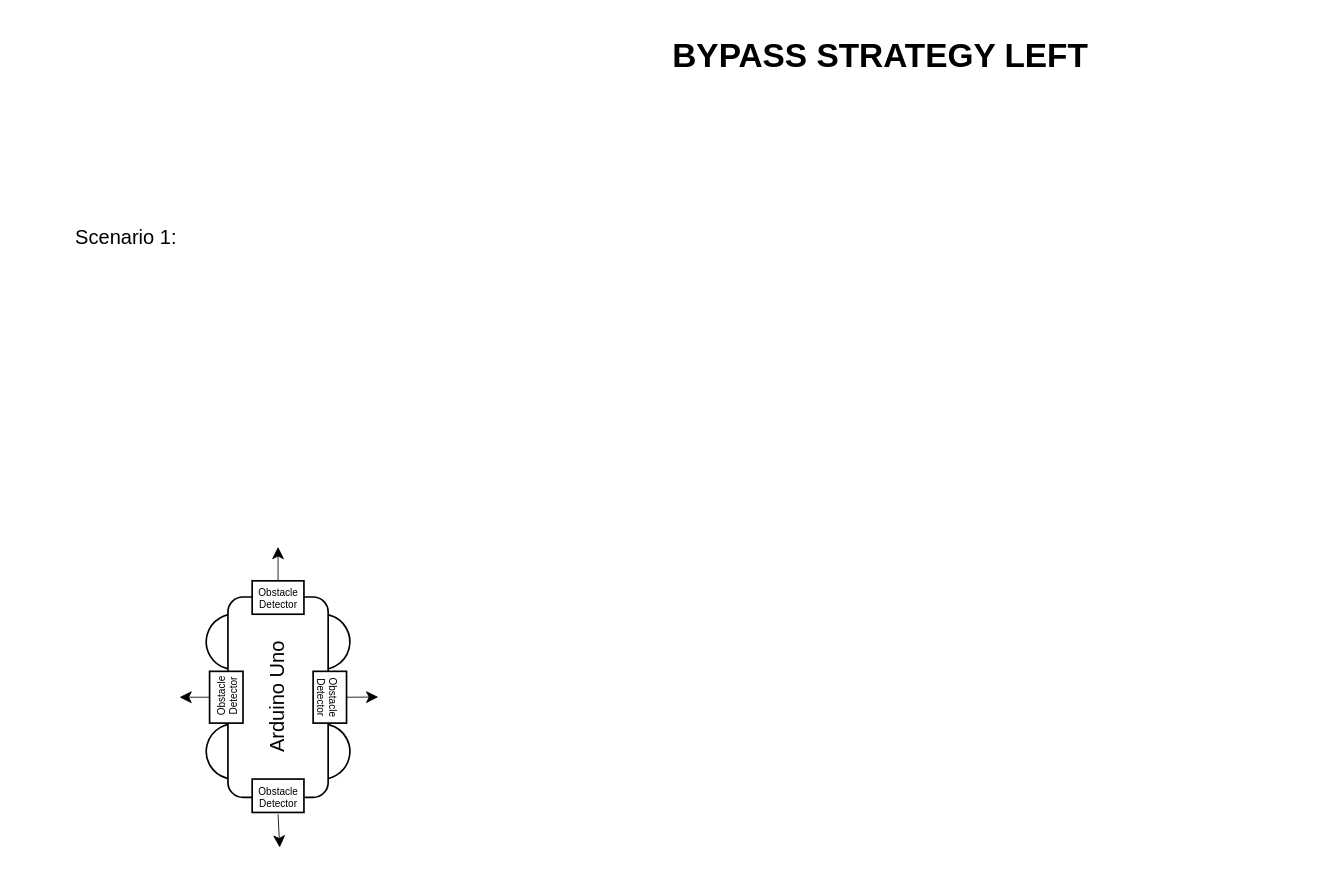
Before: Projekte/Arduino-mit-Fernbedienung-steuern_Hinterniserkennung/bypass-strategy.drawio in niclasheinz/aur, a draw.io diagram. Source tidied: cells renumbered, new cells numbered last; positions are measured from the earlier drawing's top-left corner, leaving out a move shared by most shapes. Both pictures are drawn from the tidied source at 167%, with x=0, y=0 at pixel (28, 28).
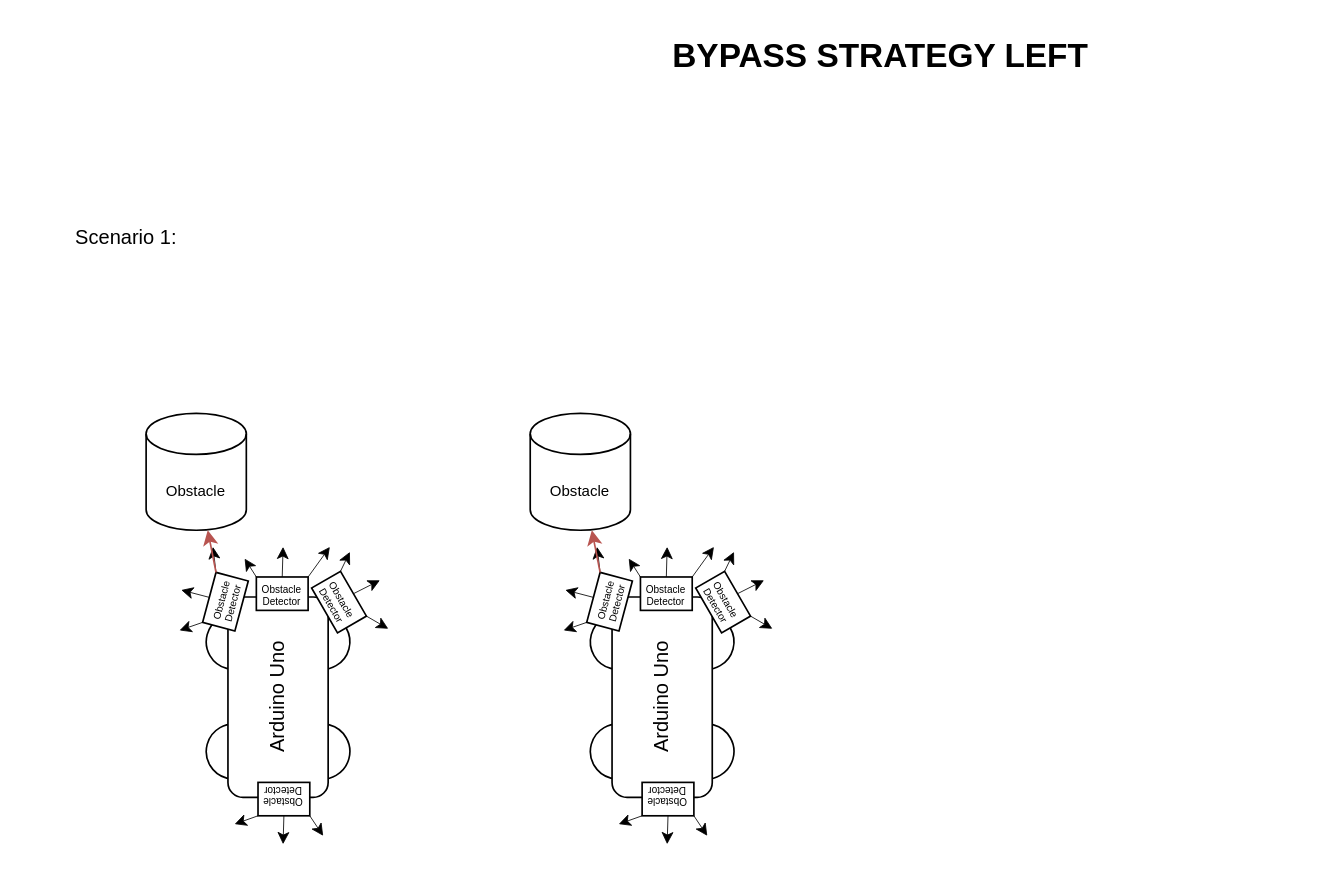
The same diagram, later.

Commit message (it also covers changes not shown here):
Updated bypass strategy left

Diff of the diagram source:
```diff
@@
-    <mxCell id="4" style="group;" parent="1" vertex="1">
-      <mxGeometry x="90" y="310" width="119" height="180" as="geometry" />
-    </mxCell>
-    <mxCell id="5" style="group;" parent="4" vertex="1">
-      <mxGeometry x="10" y="30" width="109" height="129" as="geometry" />
-    </mxCell>
+    <mxCell id="19" value="&lt;font style=&quot;font-size: 9px;&quot;&gt;Obstacle&lt;/font&gt;" style="shape=cylinder3;whiteSpace=wrap;html=1;boundedLbl=1;backgroundOutline=1;size=12.304347826087024;" parent="1" vertex="1">
+      <mxGeometry x="70" y="230" width="60" height="70" as="geometry" />
+    </mxCell>
-    <mxCell id="6" style="ellipse;whiteSpace=wrap;html=1;rotation=-30;" parent="5" vertex="1">
-      <mxGeometry x="6" y="76" width="33" height="33" as="geometry" />
+    <mxCell id="6" style="ellipse;whiteSpace=wrap;html=1;rotation=-30;" parent="1" vertex="1">
+      <mxGeometry x="106" y="416" width="33" height="33" as="geometry" />
     </mxCell>
-    <mxCell id="7" style="ellipse;whiteSpace=wrap;html=1;rotation=-30;" parent="5" vertex="1">
-      <mxGeometry x="59" y="76" width="33" height="33" as="geometry" />
+    <mxCell id="7" style="ellipse;whiteSpace=wrap;html=1;rotation=-30;" parent="1" vertex="1">
+      <mxGeometry x="159" y="416" width="33" height="33" as="geometry" />
     </mxCell>
-    <mxCell id="8" style="ellipse;whiteSpace=wrap;html=1;rotation=-30;" parent="5" vertex="1">
-      <mxGeometry x="59" y="10.3" width="33" height="33" as="geometry" />
+    <mxCell id="8" style="ellipse;whiteSpace=wrap;html=1;rotation=-30;" parent="1" vertex="1">
+      <mxGeometry x="159" y="350.3" width="33" height="33" as="geometry" />
     </mxCell>
-    <mxCell id="9" style="ellipse;whiteSpace=wrap;html=1;rotation=-30;" parent="5" vertex="1">
-      <mxGeometry x="6" y="10.3" width="33" height="33" as="geometry" />
+    <mxCell id="9" style="ellipse;whiteSpace=wrap;html=1;rotation=-30;" parent="1" vertex="1">
+      <mxGeometry x="106" y="350.3" width="33" height="33" as="geometry" />
     </mxCell>
-    <mxCell id="10" value="Arduino Uno" style="rounded=1;whiteSpace=wrap;html=1;rotation=-90;" parent="5" vertex="1">
-      <mxGeometry x="-11" y="30" width="120" height="60" as="geometry" />
+    <mxCell id="10" value="Arduino Uno" style="rounded=1;whiteSpace=wrap;html=1;rotation=-90;" parent="1" vertex="1">
+      <mxGeometry x="89" y="370" width="120" height="60" as="geometry" />
     </mxCell>
-    <mxCell id="11" value="&lt;p style=&quot;line-height: 40%;&quot;&gt;&lt;font style=&quot;font-size: 6px;&quot;&gt;Obstacle Detector&lt;/font&gt;&lt;/p&gt;" style="rounded=0;whiteSpace=wrap;html=1;" parent="5" vertex="1">
-      <mxGeometry x="33.5" y="-9.7" width="31" height="20" as="geometry" />
-    </mxCell>
-    <mxCell id="12" value="&lt;p style=&quot;line-height: 40%;&quot;&gt;&lt;font style=&quot;font-size: 6px;&quot;&gt;Obstacle Detector&lt;/font&gt;&lt;/p&gt;" style="rounded=0;whiteSpace=wrap;html=1;rotation=90;" parent="5" vertex="1">
-      <mxGeometry x="64.5" y="50" width="31" height="20" as="geometry" />
-    </mxCell>
+    <mxCell id="20" style="group;" parent="1" vertex="1">
+      <mxGeometry x="86.6" y="320.4" width="44.8" height="39.8" as="geometry" />
+    </mxCell>
+    <mxCell id="21" style="group;rotation=15;" parent="20" vertex="1">
+      <mxGeometry x="3.4" y="4.4" width="38" height="31" as="geometry" />
+    </mxCell>
+    <mxCell id="17" style="endArrow=classic;html=1;rounded=0;strokeWidth=0.5;exitX=0.5;exitY=0;exitDx=0;exitDy=0;" parent="21" edge="1" source="13">
+      <mxGeometry relative="1" as="geometry">
+        <mxPoint x="1" y="11" as="targetPoint" />
+      </mxGeometry>
+    </mxCell>
-    <mxCell id="13" value="&lt;p style=&quot;line-height: 40%;&quot;&gt;&lt;font style=&quot;font-size: 6px;&quot;&gt;Obstacle Detector&lt;/font&gt;&lt;/p&gt;" style="rounded=0;whiteSpace=wrap;html=1;rotation=-90;" parent="5" vertex="1">
-      <mxGeometry x="2.5" y="50" width="31" height="20" as="geometry" />
+    <mxCell id="13" value="&lt;p style=&quot;line-height: 40%;&quot;&gt;&lt;font style=&quot;font-size: 6px;&quot;&gt;Obstacle Detector&lt;/font&gt;&lt;/p&gt;" style="rounded=0;whiteSpace=wrap;html=1;rotation=-75;" parent="21" vertex="1">
+      <mxGeometry x="12" y="8" width="31" height="20" as="geometry" />
     </mxCell>
-    <mxCell id="14" value="&lt;p style=&quot;line-height: 40%;&quot;&gt;&lt;font style=&quot;font-size: 6px;&quot;&gt;Obstacle Detector&lt;/font&gt;&lt;/p&gt;" style="rounded=0;whiteSpace=wrap;html=1;" parent="5" vertex="1">
-      <mxGeometry x="33.5" y="109" width="31" height="20" as="geometry" />
-    </mxCell>
-    <mxCell id="15" style="endArrow=classic;html=1;rounded=0;strokeWidth=0.5;" parent="5" edge="1">
-      <mxGeometry relative="1" as="geometry">
-        <mxPoint x="90" y="60" as="sourcePoint" />
-        <mxPoint x="109" y="59.9" as="targetPoint" />
-      </mxGeometry>
-    </mxCell>
-    <mxCell id="16" style="endArrow=classic;html=1;rounded=0;strokeWidth=0.5;exitX=0.5;exitY=0;exitDx=0;exitDy=0;" parent="4" edge="1" source="11">
-      <mxGeometry relative="1" as="geometry">
-        <mxPoint x="59" as="targetPoint" />
-      </mxGeometry>
-    </mxCell>
-    <mxCell id="17" style="endArrow=classic;html=1;rounded=0;strokeWidth=0.5;exitX=0.5;exitY=0;exitDx=0;exitDy=0;" parent="4" edge="1" source="13">
-      <mxGeometry relative="1" as="geometry">
-        <mxPoint y="90" as="targetPoint" />
-      </mxGeometry>
-    </mxCell>
-    <mxCell id="18" style="endArrow=classic;html=1;rounded=0;strokeWidth=0.5;" parent="4" edge="1">
-      <mxGeometry relative="1" as="geometry">
-        <mxPoint x="59" y="160" as="sourcePoint" />
-        <mxPoint x="60" y="180" as="targetPoint" />
-      </mxGeometry>
-    </mxCell>
+    <mxCell id="22" style="endArrow=classic;html=1;rounded=0;strokeWidth=0.5;exitX=1;exitY=0;exitDx=0;exitDy=0;" parent="21" edge="1" source="13">
+      <mxGeometry relative="1" as="geometry">
+        <mxPoint x="20" y="-14.8" as="targetPoint" />
+      </mxGeometry>
+    </mxCell>
+    <mxCell id="23" style="endArrow=classic;html=1;rounded=0;strokeWidth=0.5;exitX=0;exitY=0;exitDx=0;exitDy=0;" parent="20" edge="1" source="13">
+      <mxGeometry relative="1" as="geometry">
+        <mxPoint x="3.4" y="39.6" as="targetPoint" />
+      </mxGeometry>
+    </mxCell>
+    <mxCell id="24" style="group;rotation=75;" parent="1" vertex="1">
+      <mxGeometry x="130" y="310" width="44.8" height="39.8" as="geometry" />
+    </mxCell>
+    <mxCell id="25" style="group;rotation=90;" parent="24" vertex="1">
+      <mxGeometry x="3" y="4" width="38" height="31" as="geometry" />
+    </mxCell>
+    <mxCell id="26" style="endArrow=classic;html=1;rounded=0;strokeWidth=0.5;exitX=0.5;exitY=0;exitDx=0;exitDy=0;" parent="25" edge="1" source="27">
+      <mxGeometry relative="1" as="geometry">
+        <mxPoint x="19" y="-4" as="targetPoint" />
+      </mxGeometry>
+    </mxCell>
+    <mxCell id="27" value="&lt;p style=&quot;line-height: 40%;&quot;&gt;&lt;font style=&quot;font-size: 6px;&quot;&gt;Obstacle Detector&lt;/font&gt;&lt;/p&gt;" style="rounded=0;whiteSpace=wrap;html=1;rotation=0;" parent="25" vertex="1">
+      <mxGeometry x="3" y="14" width="31" height="20" as="geometry" />
+    </mxCell>
+    <mxCell id="28" style="endArrow=classic;html=1;rounded=0;strokeWidth=0.5;exitX=1;exitY=0;exitDx=0;exitDy=0;" parent="25" edge="1" source="27">
+      <mxGeometry relative="1" as="geometry">
+        <mxPoint x="47" y="-4" as="targetPoint" />
+      </mxGeometry>
+    </mxCell>
+    <mxCell id="29" style="endArrow=classic;html=1;rounded=0;strokeWidth=0.5;exitX=0;exitY=0;exitDx=0;exitDy=0;" parent="24" edge="1" source="27">
+      <mxGeometry relative="1" as="geometry">
+        <mxPoint x="-1" y="7" as="targetPoint" />
+      </mxGeometry>
+    </mxCell>
+    <mxCell id="30" style="group;rotation=-225;" parent="1" vertex="1">
+      <mxGeometry x="170" y="320" width="44.8" height="39.8" as="geometry" />
+    </mxCell>
+    <mxCell id="31" style="group;rotation=-210;" parent="30" vertex="1">
+      <mxGeometry x="4" y="4" width="38" height="31" as="geometry" />
+    </mxCell>
+    <mxCell id="32" style="endArrow=classic;html=1;rounded=0;strokeWidth=0.5;exitX=0.5;exitY=0;exitDx=0;exitDy=0;" parent="31" edge="1" source="33">
+      <mxGeometry relative="1" as="geometry">
+        <mxPoint x="36" y="6" as="targetPoint" />
+      </mxGeometry>
+    </mxCell>
+    <mxCell id="33" value="&lt;p style=&quot;line-height: 40%;&quot;&gt;&lt;font style=&quot;font-size: 6px;&quot;&gt;Obstacle Detector&lt;/font&gt;&lt;/p&gt;" style="rounded=0;whiteSpace=wrap;html=1;rotation=-300;" parent="31" vertex="1">
+      <mxGeometry x="-4" y="9" width="31" height="20" as="geometry" />
+    </mxCell>
+    <mxCell id="34" style="endArrow=classic;html=1;rounded=0;strokeWidth=0.5;exitX=1;exitY=0;exitDx=0;exitDy=0;" parent="31" edge="1" source="33">
+      <mxGeometry relative="1" as="geometry">
+        <mxPoint x="41" y="35" as="targetPoint" />
+      </mxGeometry>
+    </mxCell>
+    <mxCell id="35" style="endArrow=classic;html=1;rounded=0;strokeWidth=0.5;exitX=0;exitY=0;exitDx=0;exitDy=0;" parent="30" edge="1" source="33">
+      <mxGeometry relative="1" as="geometry">
+        <mxPoint x="22" y="-7" as="targetPoint" />
+      </mxGeometry>
+    </mxCell>
+    <mxCell id="36" style="group;rotation=-105;" parent="1" vertex="1">
+      <mxGeometry x="130" y="450" width="44.8" height="39.8" as="geometry" />
+    </mxCell>
+    <mxCell id="37" style="group;rotation=-90;" parent="36" vertex="1">
+      <mxGeometry x="3" y="4" width="38" height="31" as="geometry" />
+    </mxCell>
+    <mxCell id="38" style="endArrow=classic;html=1;rounded=0;strokeWidth=0.5;exitX=0.5;exitY=0;exitDx=0;exitDy=0;" parent="37" edge="1" source="39">
+      <mxGeometry relative="1" as="geometry">
+        <mxPoint x="19" y="34" as="targetPoint" />
+      </mxGeometry>
+    </mxCell>
+    <mxCell id="39" value="&lt;p style=&quot;line-height: 40%;&quot;&gt;&lt;font style=&quot;font-size: 6px;&quot;&gt;Obstacle Detector&lt;/font&gt;&lt;/p&gt;" style="rounded=0;whiteSpace=wrap;html=1;rotation=-180;" parent="37" vertex="1">
+      <mxGeometry x="4" y="-3" width="31" height="20" as="geometry" />
+    </mxCell>
+    <mxCell id="40" style="endArrow=classic;html=1;rounded=0;strokeWidth=0.5;exitX=1;exitY=0;exitDx=0;exitDy=0;" parent="37" edge="1" source="39">
+      <mxGeometry relative="1" as="geometry">
+        <mxPoint x="-10" y="22" as="targetPoint" />
+      </mxGeometry>
+    </mxCell>
+    <mxCell id="41" style="endArrow=classic;html=1;rounded=0;strokeWidth=0.5;exitX=0;exitY=0;exitDx=0;exitDy=0;" parent="36" edge="1" source="39">
+      <mxGeometry relative="1" as="geometry">
+        <mxPoint x="46" y="33" as="targetPoint" />
+      </mxGeometry>
+    </mxCell>
+    <mxCell id="42" style="endArrow=classic;html=1;rounded=0;fillColor=#f8cecc;strokeColor=#b85450;exitX=1;exitY=0;exitDx=0;exitDy=0;" parent="1" edge="1" source="13" target="19">
+      <mxGeometry relative="1" as="geometry" />
+    </mxCell>
+    <mxCell id="43" value="&lt;font style=&quot;font-size: 9px;&quot;&gt;Obstacle&lt;/font&gt;" style="shape=cylinder3;whiteSpace=wrap;html=1;boundedLbl=1;backgroundOutline=1;size=12.304347826087024;" parent="1" vertex="1">
+      <mxGeometry x="300" y="230" width="60" height="70" as="geometry" />
+    </mxCell>
+    <mxCell id="44" style="ellipse;whiteSpace=wrap;html=1;rotation=-30;" parent="1" vertex="1">
+      <mxGeometry x="336" y="416" width="33" height="33" as="geometry" />
+    </mxCell>
+    <mxCell id="45" style="ellipse;whiteSpace=wrap;html=1;rotation=-30;" parent="1" vertex="1">
+      <mxGeometry x="389" y="416" width="33" height="33" as="geometry" />
+    </mxCell>
+    <mxCell id="46" style="ellipse;whiteSpace=wrap;html=1;rotation=-30;" parent="1" vertex="1">
+      <mxGeometry x="389" y="350.3" width="33" height="33" as="geometry" />
+    </mxCell>
+    <mxCell id="47" style="ellipse;whiteSpace=wrap;html=1;rotation=-30;" parent="1" vertex="1">
+      <mxGeometry x="336" y="350.3" width="33" height="33" as="geometry" />
+    </mxCell>
+    <mxCell id="48" value="Arduino Uno" style="rounded=1;whiteSpace=wrap;html=1;rotation=-90;" parent="1" vertex="1">
+      <mxGeometry x="319" y="370" width="120" height="60" as="geometry" />
+    </mxCell>
+    <mxCell id="49" style="group;" parent="1" vertex="1">
+      <mxGeometry x="316.6" y="320.4" width="44.8" height="39.8" as="geometry" />
+    </mxCell>
+    <mxCell id="50" style="group;rotation=15;" parent="49" vertex="1">
+      <mxGeometry x="3.4" y="4.4" width="38" height="31" as="geometry" />
+    </mxCell>
+    <mxCell id="51" style="endArrow=classic;html=1;rounded=0;strokeWidth=0.5;exitX=0.5;exitY=0;exitDx=0;exitDy=0;" parent="50" edge="1" source="52">
+      <mxGeometry relative="1" as="geometry">
+        <mxPoint x="1" y="11" as="targetPoint" />
+      </mxGeometry>
+    </mxCell>
+    <mxCell id="52" value="&lt;p style=&quot;line-height: 40%;&quot;&gt;&lt;font style=&quot;font-size: 6px;&quot;&gt;Obstacle Detector&lt;/font&gt;&lt;/p&gt;" style="rounded=0;whiteSpace=wrap;html=1;rotation=-75;" parent="50" vertex="1">
+      <mxGeometry x="12" y="8" width="31" height="20" as="geometry" />
+    </mxCell>
+    <mxCell id="53" style="endArrow=classic;html=1;rounded=0;strokeWidth=0.5;exitX=1;exitY=0;exitDx=0;exitDy=0;" parent="50" edge="1" source="52">
+      <mxGeometry relative="1" as="geometry">
+        <mxPoint x="20" y="-14.8" as="targetPoint" />
+      </mxGeometry>
+    </mxCell>
+    <mxCell id="54" style="endArrow=classic;html=1;rounded=0;strokeWidth=0.5;exitX=0;exitY=0;exitDx=0;exitDy=0;" parent="49" edge="1" source="52">
+      <mxGeometry relative="1" as="geometry">
+        <mxPoint x="3.4" y="39.6" as="targetPoint" />
+      </mxGeometry>
+    </mxCell>
+    <mxCell id="55" style="group;rotation=75;" parent="1" vertex="1">
+      <mxGeometry x="360" y="310" width="44.8" height="39.8" as="geometry" />
+    </mxCell>
+    <mxCell id="56" style="group;rotation=90;" parent="55" vertex="1">
+      <mxGeometry x="3" y="4" width="38" height="31" as="geometry" />
+    </mxCell>
+    <mxCell id="57" style="endArrow=classic;html=1;rounded=0;strokeWidth=0.5;exitX=0.5;exitY=0;exitDx=0;exitDy=0;" parent="56" edge="1" source="58">
+      <mxGeometry relative="1" as="geometry">
+        <mxPoint x="19" y="-4" as="targetPoint" />
+      </mxGeometry>
+    </mxCell>
+    <mxCell id="58" value="&lt;p style=&quot;line-height: 40%;&quot;&gt;&lt;font style=&quot;font-size: 6px;&quot;&gt;Obstacle Detector&lt;/font&gt;&lt;/p&gt;" style="rounded=0;whiteSpace=wrap;html=1;rotation=0;" parent="56" vertex="1">
+      <mxGeometry x="3" y="14" width="31" height="20" as="geometry" />
+    </mxCell>
+    <mxCell id="59" style="endArrow=classic;html=1;rounded=0;strokeWidth=0.5;exitX=1;exitY=0;exitDx=0;exitDy=0;" parent="56" edge="1" source="58">
+      <mxGeometry relative="1" as="geometry">
+        <mxPoint x="47" y="-4" as="targetPoint" />
+      </mxGeometry>
+    </mxCell>
+    <mxCell id="60" style="endArrow=classic;html=1;rounded=0;strokeWidth=0.5;exitX=0;exitY=0;exitDx=0;exitDy=0;" parent="55" edge="1" source="58">
+      <mxGeometry relative="1" as="geometry">
+        <mxPoint x="-1" y="7" as="targetPoint" />
+      </mxGeometry>
+    </mxCell>
+    <mxCell id="61" style="group;rotation=-225;" parent="1" vertex="1">
+      <mxGeometry x="400" y="320" width="44.8" height="39.8" as="geometry" />
+    </mxCell>
+    <mxCell id="62" style="group;rotation=-210;" parent="61" vertex="1">
+      <mxGeometry x="4" y="4" width="38" height="31" as="geometry" />
+    </mxCell>
+    <mxCell id="63" style="endArrow=classic;html=1;rounded=0;strokeWidth=0.5;exitX=0.5;exitY=0;exitDx=0;exitDy=0;" parent="62" edge="1" source="64">
+      <mxGeometry relative="1" as="geometry">
+        <mxPoint x="36" y="6" as="targetPoint" />
+      </mxGeometry>
+    </mxCell>
+    <mxCell id="64" value="&lt;p style=&quot;line-height: 40%;&quot;&gt;&lt;font style=&quot;font-size: 6px;&quot;&gt;Obstacle Detector&lt;/font&gt;&lt;/p&gt;" style="rounded=0;whiteSpace=wrap;html=1;rotation=-300;" parent="62" vertex="1">
+      <mxGeometry x="-4" y="9" width="31" height="20" as="geometry" />
+    </mxCell>
+    <mxCell id="65" style="endArrow=classic;html=1;rounded=0;strokeWidth=0.5;exitX=1;exitY=0;exitDx=0;exitDy=0;" parent="62" edge="1" source="64">
+      <mxGeometry relative="1" as="geometry">
+        <mxPoint x="41" y="35" as="targetPoint" />
+      </mxGeometry>
+    </mxCell>
+    <mxCell id="66" style="endArrow=classic;html=1;rounded=0;strokeWidth=0.5;exitX=0;exitY=0;exitDx=0;exitDy=0;" parent="61" edge="1" source="64">
+      <mxGeometry relative="1" as="geometry">
+        <mxPoint x="22" y="-7" as="targetPoint" />
+      </mxGeometry>
+    </mxCell>
+    <mxCell id="67" style="group;rotation=-105;" parent="1" vertex="1">
+      <mxGeometry x="360" y="450" width="44.8" height="39.8" as="geometry" />
+    </mxCell>
+    <mxCell id="68" style="group;rotation=-90;" parent="67" vertex="1">
+      <mxGeometry x="3" y="4" width="38" height="31" as="geometry" />
+    </mxCell>
+    <mxCell id="69" style="endArrow=classic;html=1;rounded=0;strokeWidth=0.5;exitX=0.5;exitY=0;exitDx=0;exitDy=0;" parent="68" edge="1" source="70">
+      <mxGeometry relative="1" as="geometry">
+        <mxPoint x="19" y="34" as="targetPoint" />
+      </mxGeometry>
+    </mxCell>
+    <mxCell id="70" value="&lt;p style=&quot;line-height: 40%;&quot;&gt;&lt;font style=&quot;font-size: 6px;&quot;&gt;Obstacle Detector&lt;/font&gt;&lt;/p&gt;" style="rounded=0;whiteSpace=wrap;html=1;rotation=-180;" parent="68" vertex="1">
+      <mxGeometry x="4" y="-3" width="31" height="20" as="geometry" />
+    </mxCell>
+    <mxCell id="71" style="endArrow=classic;html=1;rounded=0;strokeWidth=0.5;exitX=1;exitY=0;exitDx=0;exitDy=0;" parent="68" edge="1" source="70">
+      <mxGeometry relative="1" as="geometry">
+        <mxPoint x="-10" y="22" as="targetPoint" />
+      </mxGeometry>
+    </mxCell>
+    <mxCell id="72" style="endArrow=classic;html=1;rounded=0;strokeWidth=0.5;exitX=0;exitY=0;exitDx=0;exitDy=0;" parent="67" edge="1" source="70">
+      <mxGeometry relative="1" as="geometry">
+        <mxPoint x="46" y="33" as="targetPoint" />
+      </mxGeometry>
+    </mxCell>
+    <mxCell id="73" style="endArrow=classic;html=1;rounded=0;fillColor=#f8cecc;strokeColor=#b85450;exitX=1;exitY=0;exitDx=0;exitDy=0;" parent="1" edge="1" source="52" target="43">
+      <mxGeometry relative="1" as="geometry" />
+    </mxCell>
```
